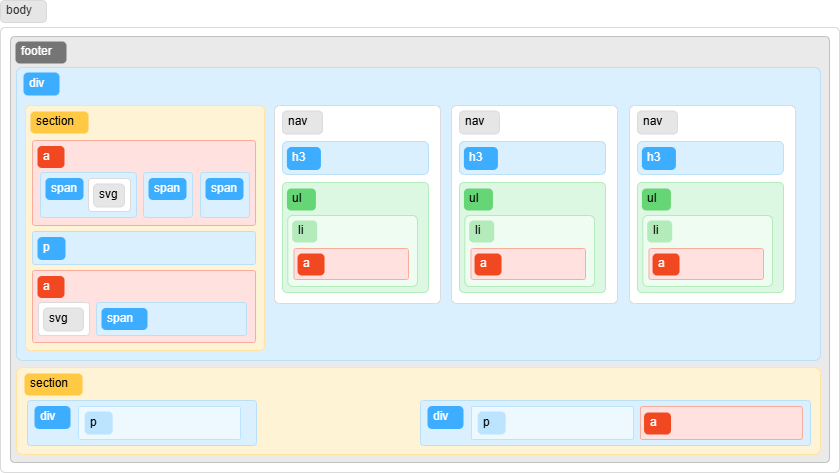
Before: documents/conceptualisation/Schemas techniques/Shéma technique footer.png, a diagram exported from draw.io (Adeline38/ProspaceSolutions). Source tidied: cells renumbered, new cells last; positions are measured from the earlier drawing's top-left corner, leaving out a move shared by most shapes.
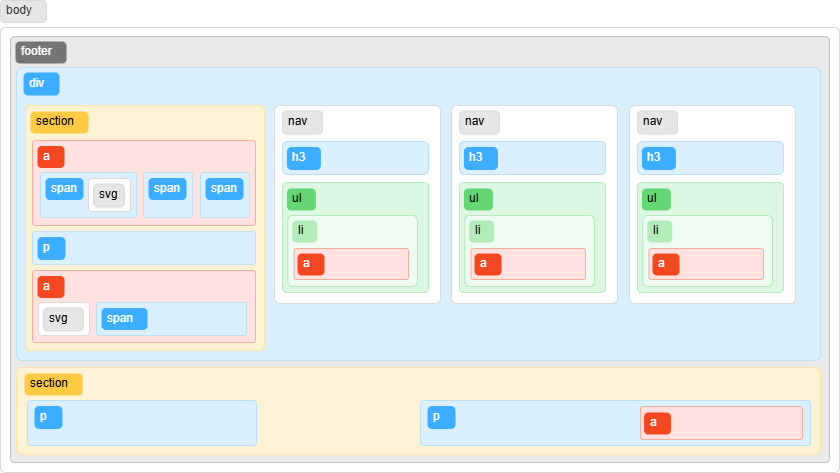
The same diagram one commit later.

The edit, as a diff of the source:
```diff
@@ -179,15 +179,9 @@
     <mxCell id="60" style="shape=rect;strokeColor=#BBE0F6;fillColor=#DBF0FF;strokeWidth=1;dashed=0;rounded=1;arcSize=7;fontColor=#000000;fontSize=17;spacing=2;spacingTop=0;align=left;spacingLeft=4;perimeter=none;html=1;whiteSpace=wrap;spacingRight=4;" parent="1" vertex="1">
       <mxGeometry x="420" y="400" width="390" height="45" as="geometry" />
     </mxCell>
-    <mxCell id="61" value="div" style="shape=rect;strokeColor=none;fillColor=#3DADFF;strokeWidth=1;dashed=0;rounded=1;arcSize=20;fontColor=#ffffff;fontSize=12;spacing=2;spacingTop=-2;align=left;spacingLeft=4;perimeter=none;html=1;whiteSpace=wrap;" parent="1" vertex="1">
-      <mxGeometry x="427" y="405.5" width="36" height="23" as="geometry" />
+    <mxCell id="61" value="p" style="shape=rect;strokeColor=none;fillColor=#3DADFF;strokeWidth=1;dashed=0;rounded=1;arcSize=20;fontColor=#ffffff;fontSize=12;spacing=2;spacingTop=-2;align=left;spacingLeft=4;perimeter=none;html=1;whiteSpace=wrap;" parent="1" vertex="1">
+      <mxGeometry x="427" y="405.5" width="28" height="23" as="geometry" />
     </mxCell>
-    <mxCell id="62" style="shape=rect;strokeColor=#BDE4FF;fillColor=light-dark(#EDF8FF,#000000);strokeWidth=1;dashed=0;rounded=1;arcSize=4;fontSize=17;spacing=2;spacingTop=0;align=left;spacingLeft=4;perimeter=none;html=1;whiteSpace=wrap;spacingRight=4;" parent="1" vertex="1">
-      <mxGeometry x="471" y="406" width="162" height="33" as="geometry" />
-    </mxCell>
-    <mxCell id="63" value="p" style="shape=rect;strokeColor=none;fillColor=#BDE4FF;strokeWidth=1;dashed=0;rounded=1;arcSize=20;fontSize=12;spacing=2;spacingTop=-2;align=left;spacingLeft=4;perimeter=none;html=1;whiteSpace=wrap;fontColor=#000000;" parent="1" vertex="1">
-      <mxGeometry x="477.2" y="411" width="28" height="23" as="geometry" />
-    </mxCell>
     <mxCell id="64" style="shape=rect;strokeColor=#F9AC9C;fillColor=#FFE2E0;strokeWidth=1;dashed=0;rounded=1;arcSize=7;fontSize=17;spacing=2;spacingTop=0;align=left;spacingLeft=4;perimeter=none;html=1;whiteSpace=wrap;spacingRight=4;" parent="1" vertex="1">
       <mxGeometry x="640" y="406" width="162" height="33" as="geometry" />
     </mxCell>
@@ -197,14 +191,8 @@
     <mxCell id="66" style="shape=rect;strokeColor=#BBE0F6;fillColor=#DBF0FF;strokeWidth=1;dashed=0;rounded=1;arcSize=7;fontColor=#000000;fontSize=17;spacing=2;spacingTop=0;align=left;spacingLeft=4;perimeter=none;html=1;whiteSpace=wrap;spacingRight=4;" parent="1" vertex="1">
       <mxGeometry x="27" y="400" width="229" height="45" as="geometry" />
     </mxCell>
-    <mxCell id="67" value="div" style="shape=rect;strokeColor=none;fillColor=#3DADFF;strokeWidth=1;dashed=0;rounded=1;arcSize=20;fontColor=#ffffff;fontSize=12;spacing=2;spacingTop=-2;align=left;spacingLeft=4;perimeter=none;html=1;whiteSpace=wrap;" parent="1" vertex="1">
-      <mxGeometry x="34" y="405.5" width="36" height="23" as="geometry" />
+    <mxCell id="67" value="p" style="shape=rect;strokeColor=none;fillColor=#3DADFF;strokeWidth=1;dashed=0;rounded=1;arcSize=20;fontColor=#ffffff;fontSize=12;spacing=2;spacingTop=-2;align=left;spacingLeft=4;perimeter=none;html=1;whiteSpace=wrap;" parent="1" vertex="1">
+      <mxGeometry x="34" y="405.5" width="28" height="23" as="geometry" />
     </mxCell>
-    <mxCell id="68" style="shape=rect;strokeColor=#BDE4FF;fillColor=light-dark(#EDF8FF,#000000);strokeWidth=1;dashed=0;rounded=1;arcSize=4;fontSize=17;spacing=2;spacingTop=0;align=left;spacingLeft=4;perimeter=none;html=1;whiteSpace=wrap;spacingRight=4;" parent="1" vertex="1">
-      <mxGeometry x="78" y="406" width="162" height="33" as="geometry" />
-    </mxCell>
-    <mxCell id="69" value="p" style="shape=rect;strokeColor=none;fillColor=#BDE4FF;strokeWidth=1;dashed=0;rounded=1;arcSize=20;fontSize=12;spacing=2;spacingTop=-2;align=left;spacingLeft=4;perimeter=none;html=1;whiteSpace=wrap;fontColor=#000000;" parent="1" vertex="1">
-      <mxGeometry x="84.2" y="411" width="28" height="23" as="geometry" />
-    </mxCell>
   </root>
 </mxGraphModel>
```
